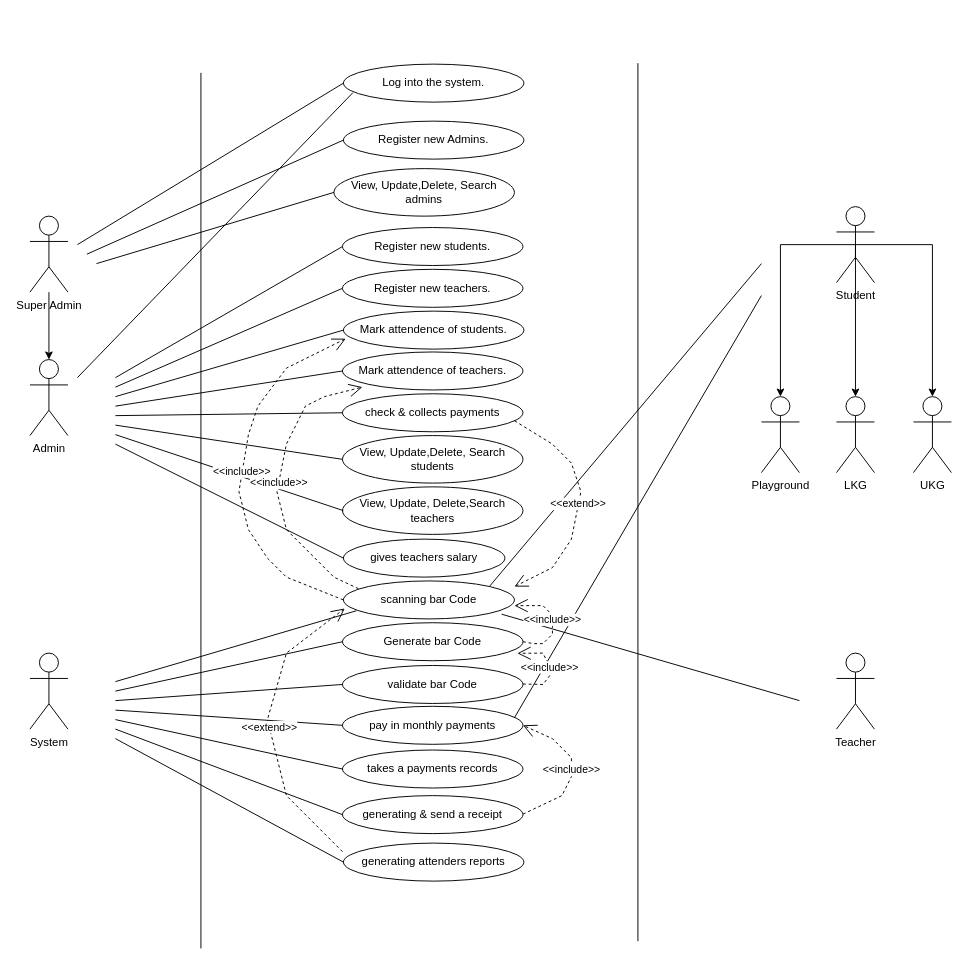
Above: UseCase.drawio in Dulara-Akalanka/Group-Software-Project (draw.io), before the change. Source tidied: cells renumbered, new cells numbered last; positions are measured from the earlier drawing's top-left corner, leaving out a move shared by most shapes. Both pictures are drawn from the tidied source at 95%, with x=0, y=0 at pixel (29, 63).
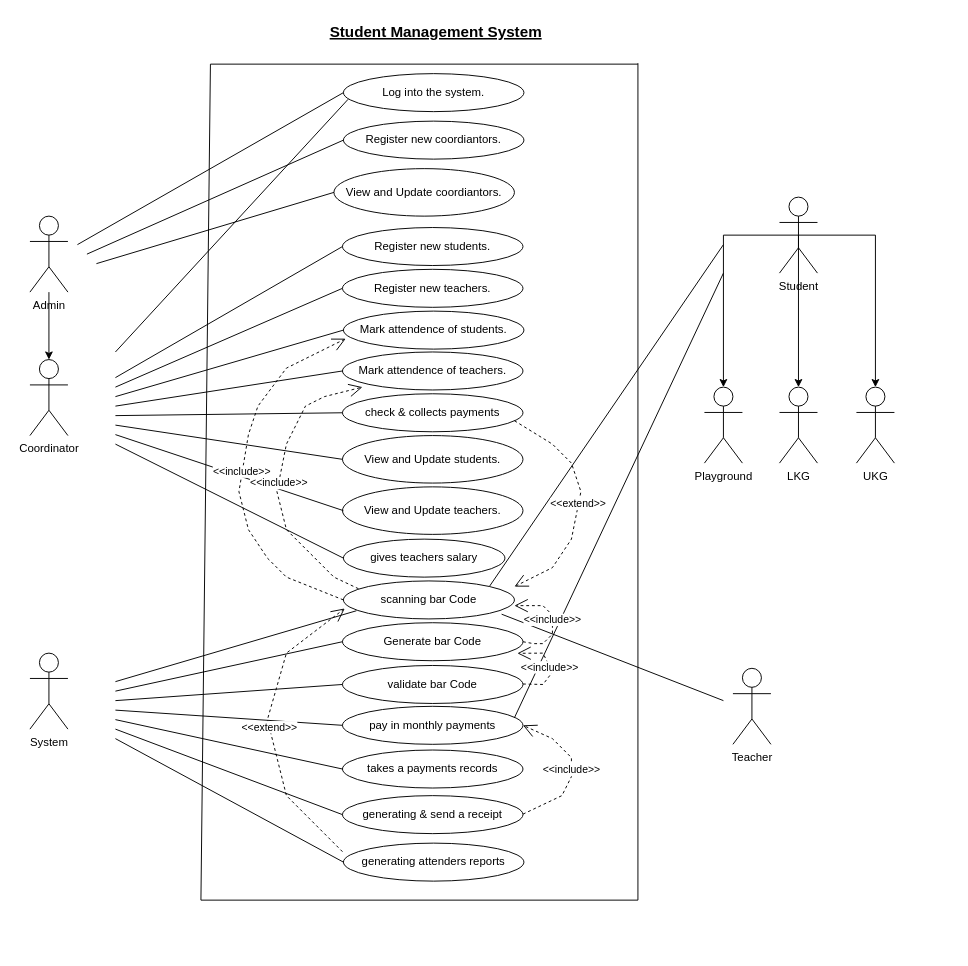
Above is the later version.

Unchanged cells that the change refers to:
```xml
<mxCell id="5" value="scanning bar Code" style="ellipse;whiteSpace=wrap;html=1;" parent="1" vertex="1">
  <mxGeometry x="330" y="545" width="180" height="40" as="geometry" />
</mxCell>
```

What changed in the source:
```diff
@@
     <mxCell id="2" value="Teacher" style="shape=umlActor;verticalLabelPosition=bottom;verticalAlign=top;html=1;" parent="1" vertex="1">
-      <mxGeometry x="849" y="621" width="40" height="80" as="geometry" />
+      <mxGeometry x="740" y="637" width="40" height="80" as="geometry" />
     </mxCell>
@@
     <mxCell id="10" style="endArrow=none;html=1;rounded=0;" parent="1" edge="1">
       <mxGeometry relative="1" as="geometry">
-        <mxPoint x="180" y="931.8" as="sourcePoint" />
-        <mxPoint x="180" y="10.2" as="targetPoint" />
+        <mxPoint x="180" y="881" as="sourcePoint" />
+        <mxPoint x="190" y="1" as="targetPoint" />
       </mxGeometry>
     </mxCell>
     <mxCell id="11" style="endArrow=none;html=1;rounded=0;" parent="1" edge="1">
       <mxGeometry relative="1" as="geometry">
-        <mxPoint x="640" y="924.2" as="sourcePoint" />
+        <mxPoint x="640" y="881" as="sourcePoint" />
         <mxPoint x="640" as="targetPoint" />
       </mxGeometry>
     </mxCell>
@@
     <mxCell id="16" style="endArrow=none;html=1;rounded=0;exitX=1;exitY=0;exitDx=0;exitDy=0;" parent="1" edge="1" source="5">
       <mxGeometry relative="1" as="geometry">
-        <mxPoint x="770" y="211" as="targetPoint" />
+        <mxPoint x="730" y="191" as="targetPoint" />
       </mxGeometry>
     </mxCell>
@@
     <mxCell id="21" value="Student" style="shape=umlActor;verticalLabelPosition=bottom;verticalAlign=top;html=1;" parent="1" vertex="1">
-      <mxGeometry x="849" y="151" width="40" height="80" as="geometry" />
+      <mxGeometry x="789" y="141" width="40" height="80" as="geometry" />
     </mxCell>
     <mxCell id="22" value="Playground" style="shape=umlActor;verticalLabelPosition=bottom;verticalAlign=top;html=1;" parent="1" vertex="1">
-      <mxGeometry x="770" y="351" width="40" height="80" as="geometry" />
+      <mxGeometry x="710" y="341" width="40" height="80" as="geometry" />
     </mxCell>
     <mxCell id="23" value="LKG" style="shape=umlActor;verticalLabelPosition=bottom;verticalAlign=top;html=1;" parent="1" vertex="1">
-      <mxGeometry x="849" y="351" width="40" height="80" as="geometry" />
+      <mxGeometry x="789" y="341" width="40" height="80" as="geometry" />
     </mxCell>
     <mxCell id="24" value="UKG" style="shape=umlActor;verticalLabelPosition=bottom;verticalAlign=top;html=1;" parent="1" vertex="1">
-      <mxGeometry x="930" y="351" width="40" height="80" as="geometry" />
+      <mxGeometry x="870" y="341" width="40" height="80" as="geometry" />
     </mxCell>
     <mxCell id="25" value="Log into the system." style="ellipse;whiteSpace=wrap;html=1;" parent="1" vertex="1">
-      <mxGeometry x="330" y="1" width="190" height="40" as="geometry" />
+      <mxGeometry x="330" y="11" width="190" height="40" as="geometry" />
     </mxCell>
@@
-    <mxCell id="30" value="View, Update,Delete, Search students" style="ellipse;whiteSpace=wrap;html=1;" parent="1" vertex="1">
+    <mxCell id="30" value="View and Update students." style="ellipse;whiteSpace=wrap;html=1;" parent="1" vertex="1">
       <mxGeometry x="329" y="392" width="190" height="50" as="geometry" />
     </mxCell>
-    <mxCell id="31" value="View, Update, Delete,Search teachers" style="ellipse;whiteSpace=wrap;html=1;" parent="1" vertex="1">
+    <mxCell id="31" value="View and Update teachers." style="ellipse;whiteSpace=wrap;html=1;" parent="1" vertex="1">
       <mxGeometry x="329" y="446" width="190" height="50" as="geometry" />
     </mxCell>
@@
     <mxCell id="41" style="endArrow=none;html=1;rounded=0;exitX=0.925;exitY=0.875;exitDx=0;exitDy=0;exitPerimeter=0;" parent="1" edge="1" source="5">
       <mxGeometry relative="1" as="geometry">
-        <mxPoint x="810" y="671" as="targetPoint" />
+        <mxPoint x="730" y="671" as="targetPoint" />
       </mxGeometry>
     </mxCell>
@@
-    <mxCell id="43" value="Admin" style="shape=umlActor;verticalLabelPosition=bottom;verticalAlign=top;html=1;" parent="1" vertex="1">
+    <mxCell id="43" value="Coordinator" style="shape=umlActor;verticalLabelPosition=bottom;verticalAlign=top;html=1;" parent="1" vertex="1">
       <mxGeometry y="312" width="40" height="80" as="geometry" />
     </mxCell>
@@
     <mxCell id="49" style="endArrow=none;html=1;rounded=0;" parent="1" edge="1">
       <mxGeometry relative="1" as="geometry">
         <mxPoint x="510" y="689" as="sourcePoint" />
-        <mxPoint x="770" y="244.6" as="targetPoint" />
+        <mxPoint x="730" y="221" as="targetPoint" />
       </mxGeometry>
     </mxCell>
@@
-    <mxCell id="57" value="Super Admin" style="shape=umlActor;verticalLabelPosition=bottom;verticalAlign=top;html=1;" parent="1" vertex="1">
+    <mxCell id="57" value="Admin" style="shape=umlActor;verticalLabelPosition=bottom;verticalAlign=top;html=1;" parent="1" vertex="1">
       <mxGeometry y="161" width="40" height="80" as="geometry" />
     </mxCell>
-    <mxCell id="58" style="endArrow=none;html=1;rounded=0;entryX=0;entryY=0.5;entryDx=0;entryDy=0;" parent="1" edge="1">
-      <mxGeometry relative="1" as="geometry">
-        <mxPoint x="50" y="331" as="sourcePoint" />
-        <mxPoint x="340" y="31" as="targetPoint" />
-      </mxGeometry>
-    </mxCell>
-    <mxCell id="59" value="Register new Admins." style="ellipse;whiteSpace=wrap;html=1;" parent="1" vertex="1">
+    <mxCell id="59" value="Register new coordiantors." style="ellipse;whiteSpace=wrap;html=1;" parent="1" vertex="1">
       <mxGeometry x="330" y="61" width="190" height="40" as="geometry" />
     </mxCell>
@@
-    <mxCell id="61" value="View, Update,Delete, Search admins" style="ellipse;whiteSpace=wrap;html=1;" parent="1" vertex="1">
+    <mxCell id="61" value="View and Update coordiantors." style="ellipse;whiteSpace=wrap;html=1;" parent="1" vertex="1">
       <mxGeometry x="320" y="111" width="190" height="50" as="geometry" />
     </mxCell>
@@
+    <mxCell id="63" style="endArrow=none;html=1;rounded=0;entryX=0.026;entryY=0.675;entryDx=0;entryDy=0;entryPerimeter=0;" parent="1" edge="1" target="25">
+      <mxGeometry relative="1" as="geometry">
+        <mxPoint x="90" y="304" as="sourcePoint" />
+      </mxGeometry>
+    </mxCell>
+    <mxCell id="64" value="Student Management System" style="text;strokeColor=none;fillColor=none;spacingLeft=4;spacingRight=4;overflow=hidden;fontSize=16;fontStyle=5;" parent="1" vertex="1">
+      <mxGeometry x="310" y="-49" width="250" height="30" as="geometry" />
+    </mxCell>
+    <mxCell id="65" style="endArrow=none;html=1;rounded=0;" parent="1" edge="1">
+      <mxGeometry relative="1" as="geometry">
+        <mxPoint x="190" y="1" as="sourcePoint" />
+        <mxPoint x="640" y="1" as="targetPoint" />
+      </mxGeometry>
+    </mxCell>
+    <mxCell id="66" style="endArrow=none;html=1;rounded=0;" parent="1" edge="1">
+      <mxGeometry relative="1" as="geometry">
+        <mxPoint x="180" y="881" as="sourcePoint" />
+        <mxPoint x="640" y="881" as="targetPoint" />
+      </mxGeometry>
+    </mxCell>
```
